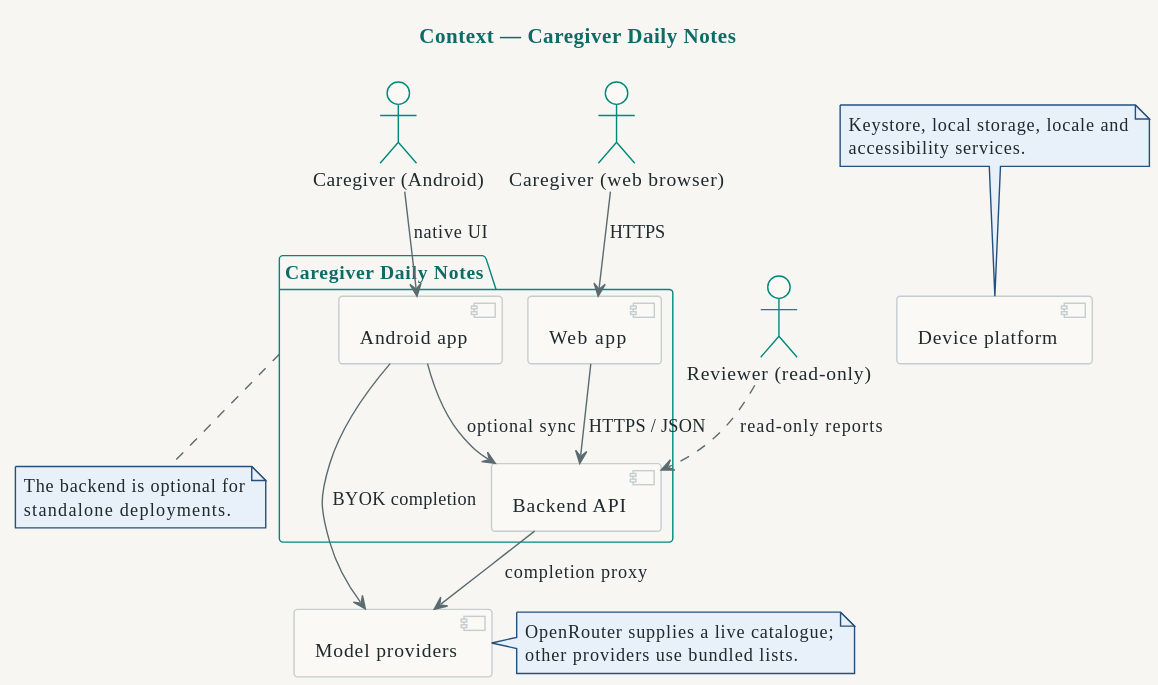
Above: docs/diagrams/context/01-context.svg in alaa157/caregiver-daily-notes (PlantUML), before the change.
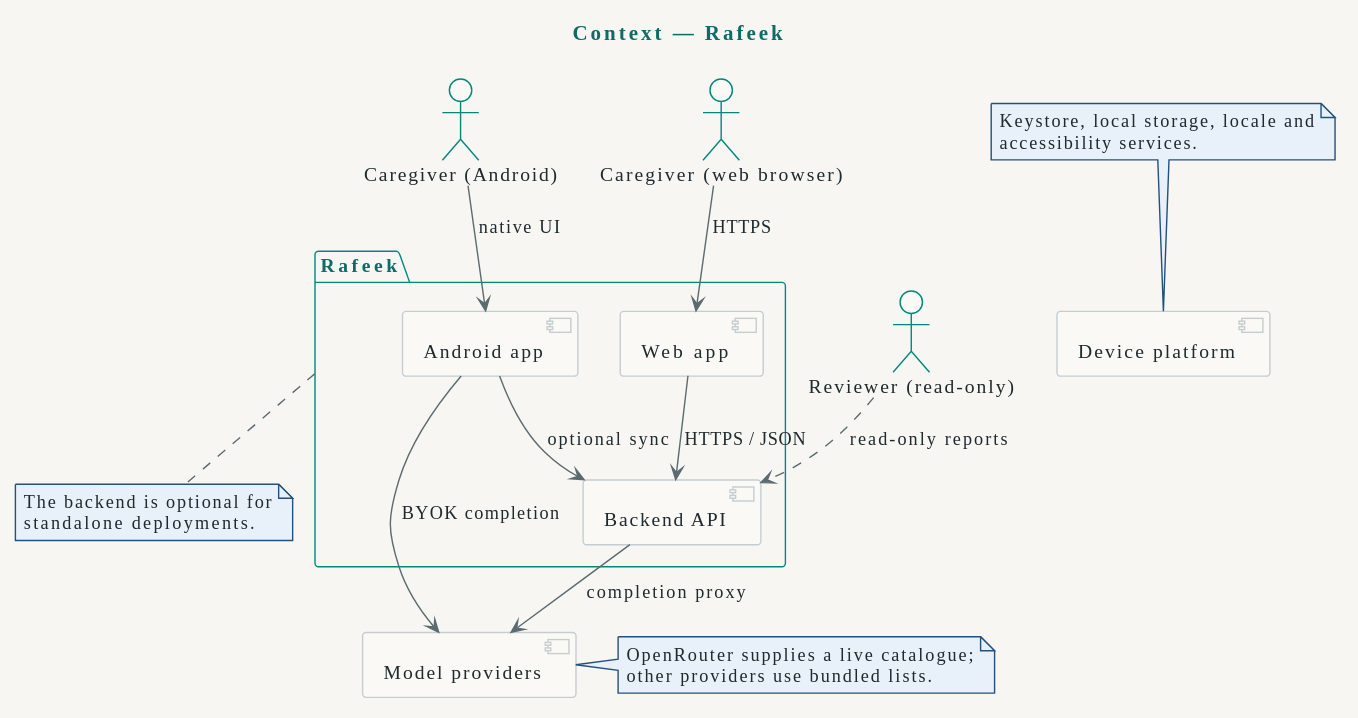
Above is the later version.

Diff of the diagram source:
```diff
@@ -5,7 +5,7 @@
 skinparam fontName "IBM Plex Sans"
 skinparam fontSize 11
 skinparam shadowing false
-skinparam handwritten false
+!option handwritten false
 skinparam linetype ortho
 skinparam nodesep 30
 skinparam ranksep 40
@@ -89,13 +89,13 @@
 
 !pragma layout smetana
 
-title Context — Caregiver Daily Notes
+title Context — Rafeek
 
 actor "Caregiver (Android)" as CaregiverAndroid
 actor "Caregiver (web browser)" as CaregiverWeb
 actor "Reviewer (read-only)" as Reviewer
 
-package "Caregiver Daily Notes" as SystemBoundary {
+package "Rafeek" as SystemBoundary {
   component "Android app" as AndroidApp
   component "Web app" as WebApp
   component "Backend API" as BackendApi
```
